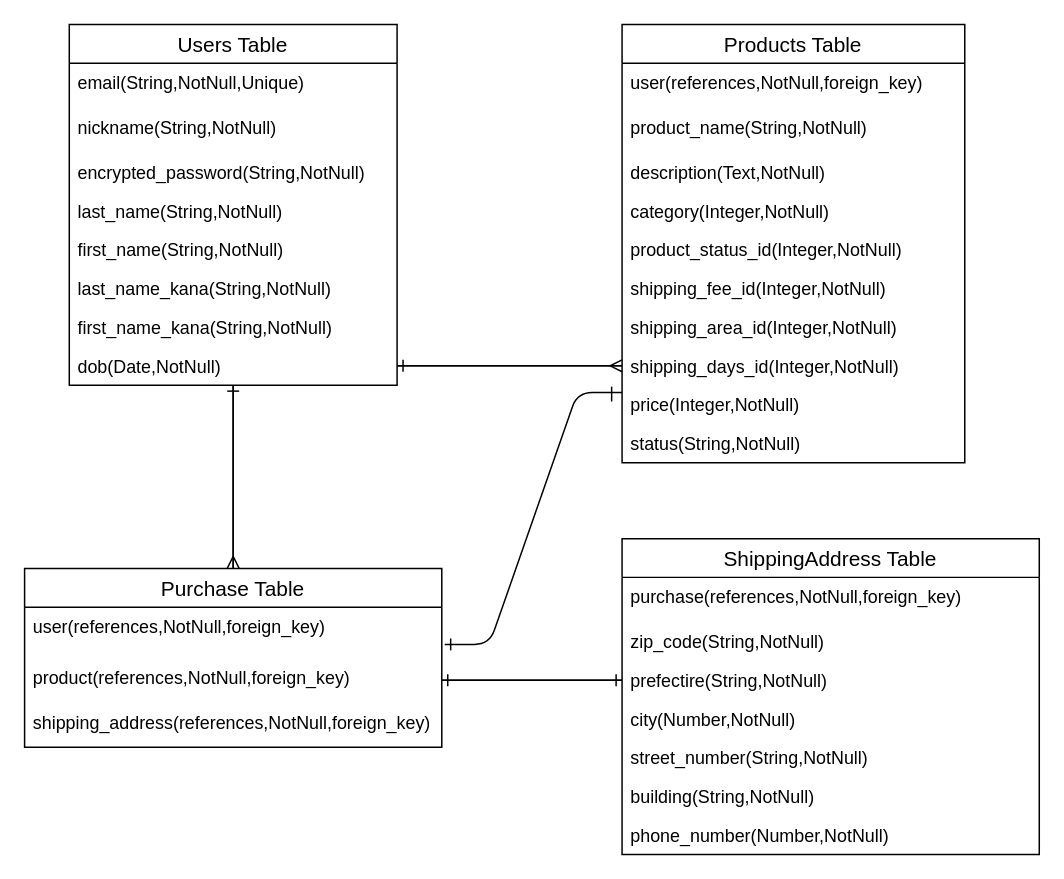
yogurt-mr/furima-38039 keeps this draw.io diagram as er.dio. Above is the earlier version. Source tidied: cells renumbered, new cells numbered last; positions are measured from the earlier drawing's top-left corner, leaving out a move shared by most shapes. Both pictures are drawn from the tidied source at 149%, with x=0, y=0 at pixel (24, 24).
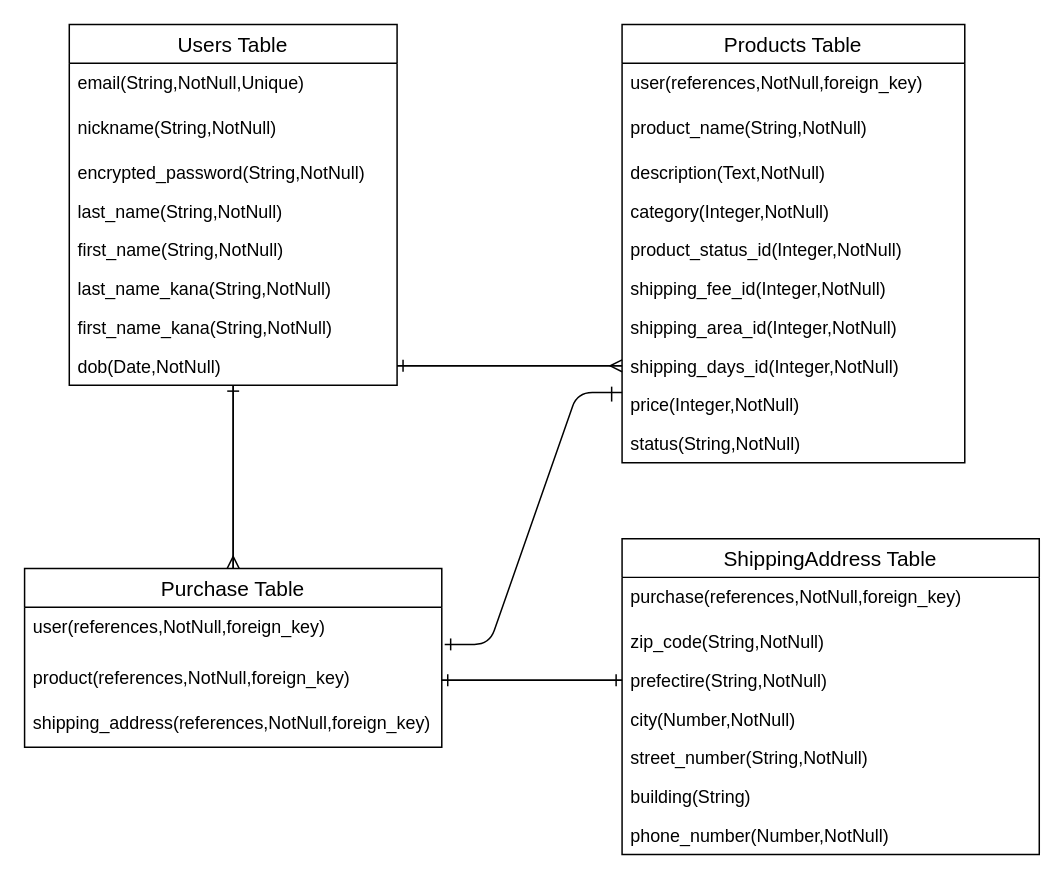
The same diagram, later.

Commit message:
er図　追加更新

The change refers to these unchanged cells:
```xml
<mxCell id="32" value="ShippingAddress Table" style="swimlane;fontStyle=0;horizontal=1;startSize=26;align=center;fontSize=14;" parent="1" vertex="1">
  <mxGeometry x="401" y="345" width="280" height="212" as="geometry" />
</mxCell>
```

Diff of the diagram source:
```diff
@@
-    <mxCell id="38" value="building(String,NotNull)" style="text;strokeColor=none;fillColor=none;spacingLeft=4;spacingRight=4;overflow=hidden;fontSize=12;" parent="32" vertex="1">
+    <mxCell id="38" value="building(String)" style="text;strokeColor=none;fillColor=none;spacingLeft=4;spacingRight=4;overflow=hidden;fontSize=12;" parent="32" vertex="1">
       <mxGeometry y="160" width="280" height="26" as="geometry" />
     </mxCell>
```
